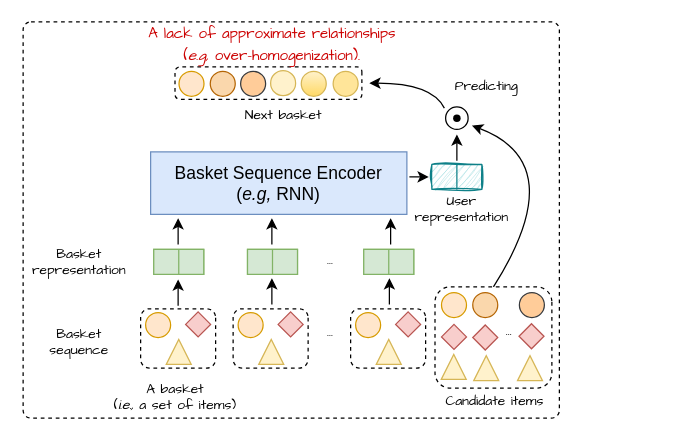
Above: issue.drawio in wenqisun/data (draw.io), before the change. Source tidied: cells renumbered, new cells numbered last; positions are measured from the earlier drawing's top-left corner, leaving out a move shared by most shapes. Both pictures are drawn from the tidied source at 125%, with x=0, y=0 at pixel (22, 21). Pictures stored in the file or linked from it are replaced by grey dashed boxes.
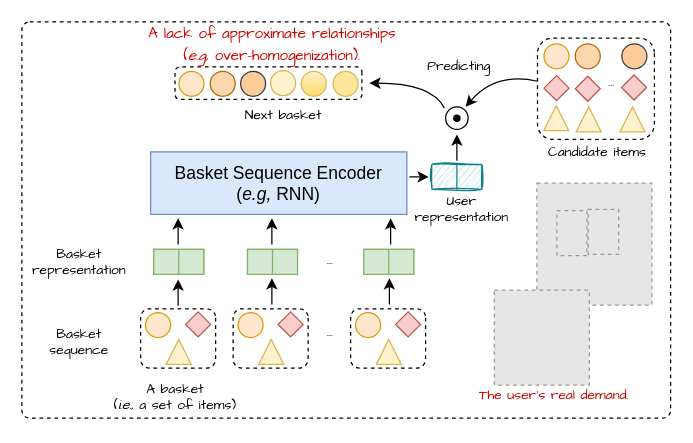
Above is the later version.

The change refers to these unchanged cells:
```xml
<mxCell id="24" style="rounded=1;whiteSpace=wrap;html=1;dashed=1;direction=south;" parent="23" vertex="1">
  <mxGeometry y="1" width="93.5" height="81" as="geometry" />
</mxCell>
```

Diff of the diagram source:
```diff
@@
     <mxCell id="2" style="rounded=1;whiteSpace=wrap;html=1;fontFamily=Comic Sans MS;fontSize=12;dashed=1;arcSize=2;" parent="1" vertex="1">
-      <mxGeometry width="429" height="317" as="geometry" />
+      <mxGeometry x="-1" width="519" height="317" as="geometry" />
     </mxCell>
+    <mxCell id="69" style="fillColor=#E6E6E6;strokeColor=#999999;dashed=1;verticalLabelPosition=bottom;verticalAlign=top;" parent="1" vertex="1">
+      <mxGeometry x="411" y="129" width="92" height="97.5" as="geometry" />
+    </mxCell>
@@
-    <mxCell id="22" style="curved=1;endArrow=classic;html=1;rounded=1;fontFamily=Comic Sans MS;fontSize=3;startSize=1;endSize=6;exitX=0;exitY=0.5;exitDx=0;exitDy=0;" parent="1" edge="1" source="24">
+    <mxCell id="22" style="curved=1;endArrow=classic;html=1;rounded=1;fontFamily=Comic Sans MS;fontSize=3;startSize=1;endSize=6;exitX=0.5;exitY=1;exitDx=0;exitDy=0;" parent="1" edge="1">
       <mxGeometry relative="1" as="geometry">
-        <mxPoint x="359" y="83" as="targetPoint" />
+        <mxPoint x="411.5" y="47.5" as="sourcePoint" />
+        <mxPoint x="354" y="68" as="targetPoint" />
         <Array as="points">
-          <mxPoint x="439" y="113" />
+          <mxPoint x="378" y="40" />
         </Array>
       </mxGeometry>
     </mxCell>
     <mxCell id="23" style="group;" parent="1" vertex="1">
-      <mxGeometry x="329.5" y="211" width="103" height="81" as="geometry" />
+      <mxGeometry x="411.5" y="12" width="103" height="81" as="geometry" />
     </mxCell>
@@
     <mxCell id="32" value="&lt;p style=&quot;line-height: 0%;&quot;&gt;&lt;font face=&quot;Comic Sans MS&quot;&gt;&lt;span style=&quot;font-size: 11px;&quot;&gt;Predicting&lt;/span&gt;&lt;/font&gt;&lt;/p&gt;" style="text;strokeColor=none;align=center;fillColor=none;html=1;verticalAlign=middle;whiteSpace=wrap;rounded=0;dashed=1;" parent="1" vertex="1">
-      <mxGeometry x="330.5" y="40" width="80" height="22" as="geometry" />
+      <mxGeometry x="309" y="23.5" width="80" height="22" as="geometry" />
     </mxCell>
@@
     <mxCell id="63" style="rhombus;whiteSpace=wrap;html=1;fontFamily=Comic Sans MS;fontSize=14;fillColor=#f8cecc;strokeColor=#b85450;" parent="1" vertex="1">
-      <mxGeometry x="396.7" y="241.5" width="20" height="20" as="geometry" />
+      <mxGeometry x="478.7" y="42.5" width="20" height="20" as="geometry" />
     </mxCell>
     <mxCell id="64" style="triangle;whiteSpace=wrap;html=1;fontFamily=Comic Sans MS;fontSize=14;direction=north;fillColor=#fff2cc;strokeColor=#d6b656;" parent="1" vertex="1">
-      <mxGeometry x="334.5" y="266" width="20" height="20" as="geometry" />
+      <mxGeometry x="416.5" y="67" width="20" height="20" as="geometry" />
     </mxCell>
     <mxCell id="65" style="triangle;whiteSpace=wrap;html=1;fontFamily=Comic Sans MS;fontSize=14;direction=north;fillColor=#fff2cc;strokeColor=#d6b656;" parent="1" vertex="1">
-      <mxGeometry x="360.5" y="267" width="20" height="20" as="geometry" />
+      <mxGeometry x="442.5" y="68" width="20" height="20" as="geometry" />
     </mxCell>
     <mxCell id="66" style="triangle;whiteSpace=wrap;html=1;fontFamily=Comic Sans MS;fontSize=14;direction=north;fillColor=#fff2cc;strokeColor=#d6b656;" parent="1" vertex="1">
-      <mxGeometry x="395.5" y="267" width="20" height="20" as="geometry" />
+      <mxGeometry x="477.5" y="68" width="20" height="20" as="geometry" />
     </mxCell>
@@
+    <mxCell id="70" style="fillColor=#E6E6E6;strokeColor=#999999;dashed=1;verticalLabelPosition=bottom;verticalAlign=top;" parent="1" vertex="1">
+      <mxGeometry x="452" y="150" width="24.4" height="36" as="geometry" />
+    </mxCell>
+    <mxCell id="71" style="fillColor=#E6E6E6;strokeColor=#999999;dashed=1;verticalLabelPosition=bottom;verticalAlign=top;" parent="1" vertex="1">
+      <mxGeometry x="427" y="151" width="24" height="36" as="geometry" />
+    </mxCell>
+    <mxCell id="72" style="fillColor=#E6E6E6;strokeColor=#999999;dashed=1;verticalLabelPosition=bottom;verticalAlign=top;" parent="1" vertex="1">
+      <mxGeometry x="377" y="214.5" width="76" height="76" as="geometry" />
+    </mxCell>
+    <mxCell id="73" value="&lt;p style=&quot;line-height: 0%;&quot;&gt;&lt;font color=&quot;#cc0000&quot; face=&quot;Comic Sans MS&quot;&gt;&lt;span style=&quot;font-size: 11px;&quot;&gt;The user's real demand.&lt;/span&gt;&lt;/font&gt;&lt;/p&gt;" style="text;strokeColor=none;align=center;fillColor=none;html=1;verticalAlign=middle;whiteSpace=wrap;rounded=0;dashed=1;" parent="1" vertex="1">
+      <mxGeometry x="346.7" y="281" width="156" height="33.5" as="geometry" />
+    </mxCell>
```
